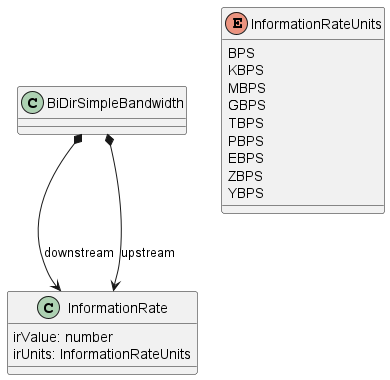
Earlier version of the PlantUML export documentation/productSchema/ip/internetAccess/MEF 139.1 resources/media/15Bandwidth.png (MEF-GIT/MEF-LSO-Sonata-SDK).
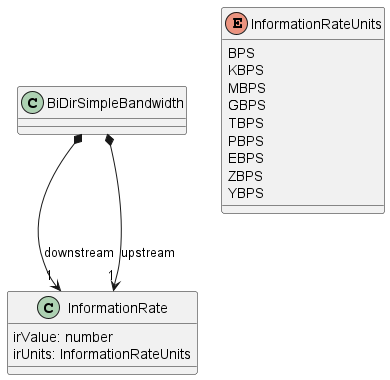
Later version of the same file.

Change to the diagram source:
```diff
@@ -4,8 +4,8 @@
 
 }
 
-BiDirSimpleBandwidth *--> InformationRate : downstream
-BiDirSimpleBandwidth *--> InformationRate : upstream
+BiDirSimpleBandwidth *-->"1" InformationRate : downstream
+BiDirSimpleBandwidth *-->"1" InformationRate : upstream
 
 
 
```
